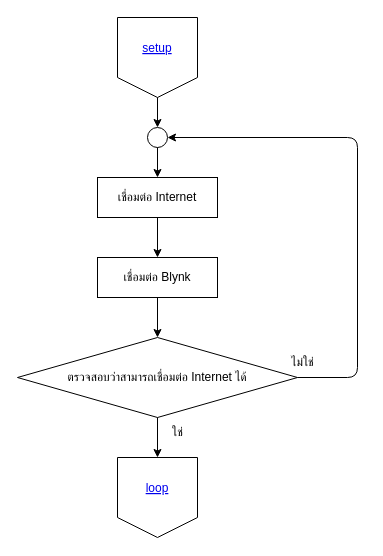
The draw.io diagram page "setup" (2 of 6) of flowcharts/hardware.drawio in thestampr/pHConditioner, before the edit. Source tidied: cells renumbered, new cells numbered last; positions are measured from the earlier drawing's top-left corner, leaving out a move shared by most shapes. Both pictures are drawn from the tidied source at 100%, with x=0, y=0 at pixel (-213, 17).
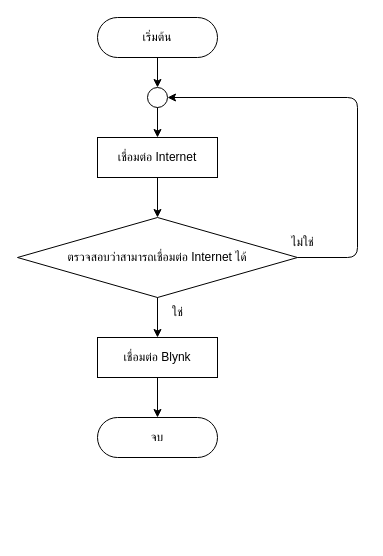
The same page after the edit.

Diff of the diagram source:
```diff
@@
     <mxCell id="2" style="edgeStyle=none;html=1;strokeColor=#000000;fontColor=#000000;" parent="1" edge="1" target="25">
       <mxGeometry relative="1" as="geometry">
-        <mxPoint x="370" y="80" as="sourcePoint" />
+        <mxPoint x="370" y="40" as="sourcePoint" />
       </mxGeometry>
     </mxCell>
@@
-    <mxCell id="19" style="edgeStyle=none;html=1;strokeColor=#000000;fontColor=#000000;" parent="1" edge="1" source="20" target="27">
-      <mxGeometry relative="1" as="geometry" />
-    </mxCell>
+    <mxCell id="44" style="edgeStyle=none;html=1;strokeColor=#000000;" parent="1" edge="1" source="20" target="23">
+      <mxGeometry relative="1" as="geometry" />
+    </mxCell>
     <mxCell id="20" value="เชื่อมต่อ Internet" style="whiteSpace=wrap;html=1;strokeColor=#000000;fontColor=#000000;fillColor=none;" parent="1" vertex="1">
-      <mxGeometry x="310" y="160" width="120" height="40" as="geometry" />
+      <mxGeometry x="310" y="120" width="120" height="40" as="geometry" />
     </mxCell>
     <mxCell id="21" style="edgeStyle=none;html=1;strokeColor=#000000;fontColor=#000000;entryX=1;entryY=0.5;entryDx=0;entryDy=0;" parent="1" edge="1" source="23" target="25">
       <mxGeometry relative="1" as="geometry">
         <Array as="points">
-          <mxPoint x="570" y="360" />
-          <mxPoint x="570" y="120" />
+          <mxPoint x="570" y="240" />
+          <mxPoint x="570" y="80" />
         </Array>
       </mxGeometry>
     </mxCell>
-    <mxCell id="22" style="edgeStyle=none;html=1;strokeColor=#000000;fontColor=#000000;" parent="1" edge="1" source="23">
-      <mxGeometry relative="1" as="geometry">
-        <mxPoint x="370" y="440" as="targetPoint" />
-      </mxGeometry>
-    </mxCell>
+    <mxCell id="45" style="edgeStyle=none;html=1;strokeColor=#000000;" parent="1" edge="1" source="23" target="27">
+      <mxGeometry relative="1" as="geometry" />
+    </mxCell>
     <mxCell id="23" value="&lt;font color=&quot;#000000&quot;&gt;ตรวจสอบว่าสามารถเชื่อมต่อ Internet ได้&lt;/font&gt;" style="rhombus;whiteSpace=wrap;html=1;labelBackgroundColor=none;strokeColor=#000000;fillColor=none;" parent="1" vertex="1">
-      <mxGeometry x="230" y="320" width="280" height="80" as="geometry" />
+      <mxGeometry x="230" y="200" width="280" height="80" as="geometry" />
     </mxCell>
@@
     <mxCell id="25" style="ellipse;whiteSpace=wrap;html=1;labelBackgroundColor=none;strokeColor=#000000;fontColor=#000000;fillColor=none;" parent="1" vertex="1">
-      <mxGeometry x="360" y="110" width="20" height="20" as="geometry" />
+      <mxGeometry x="360" y="70" width="20" height="20" as="geometry" />
     </mxCell>
-    <mxCell id="26" style="edgeStyle=none;html=1;strokeColor=#000000;fontColor=#000000;" parent="1" edge="1" source="27" target="23">
-      <mxGeometry relative="1" as="geometry" />
-    </mxCell>
+    <mxCell id="46" style="edgeStyle=none;html=1;strokeColor=#000000;" parent="1" edge="1" source="27">
+      <mxGeometry relative="1" as="geometry">
+        <mxPoint x="370" y="400" as="targetPoint" />
+      </mxGeometry>
+    </mxCell>
     <mxCell id="27" value="เชื่อมต่อ Blynk" style="whiteSpace=wrap;html=1;strokeColor=#000000;fontColor=#000000;fillColor=none;" parent="1" vertex="1">
-      <mxGeometry x="310" y="240" width="120" height="40" as="geometry" />
+      <mxGeometry x="310" y="320" width="120" height="40" as="geometry" />
     </mxCell>
     <mxCell id="28" value="ไม่ใช่" style="text;html=1;align=center;verticalAlign=middle;strokeColor=none;fillColor=none;fontColor=#000000;" parent="1" vertex="1">
-      <mxGeometry x="490" y="330" width="50" height="30" as="geometry" />
+      <mxGeometry x="490" y="210" width="50" height="30" as="geometry" />
     </mxCell>
     <mxCell id="29" value="ใช่" style="text;html=1;align=center;verticalAlign=middle;strokeColor=none;fillColor=none;fontColor=#000000;" parent="1" vertex="1">
-      <mxGeometry x="370" y="400" width="40" height="30" as="geometry" />
+      <mxGeometry x="370" y="280" width="40" height="30" as="geometry" />
     </mxCell>
-    <mxCell id="30" style="group;" parent="1" vertex="1">
-      <mxGeometry x="330" y="440" width="80" height="80" as="geometry" />
-    </mxCell>
-    <mxCell id="31" style="edgeStyle=none;orthogonalLoop=1;jettySize=auto;html=1;strokeColor=#000000;fontColor=#000000;endArrow=none;endFill=0;" parent="30" edge="1">
-      <mxGeometry relative="1" as="geometry">
-        <mxPoint as="sourcePoint" />
-        <mxPoint x="80" as="targetPoint" />
-      </mxGeometry>
-    </mxCell>
-    <mxCell id="32" style="edgeStyle=none;orthogonalLoop=1;jettySize=auto;html=1;strokeColor=#000000;fontColor=#000000;endArrow=none;endFill=0;" parent="30" edge="1">
-      <mxGeometry relative="1" as="geometry">
-        <mxPoint x="80" as="sourcePoint" />
-        <mxPoint x="80" y="60" as="targetPoint" />
-      </mxGeometry>
-    </mxCell>
-    <mxCell id="33" style="edgeStyle=none;orthogonalLoop=1;jettySize=auto;html=1;strokeColor=#000000;fontColor=#000000;endArrow=none;endFill=0;" parent="30" edge="1">
-      <mxGeometry relative="1" as="geometry">
-        <mxPoint as="sourcePoint" />
-        <mxPoint y="60" as="targetPoint" />
-      </mxGeometry>
-    </mxCell>
-    <mxCell id="34" style="edgeStyle=none;orthogonalLoop=1;jettySize=auto;html=1;strokeColor=#000000;fontColor=#000000;endArrow=none;endFill=0;" parent="30" edge="1">
-      <mxGeometry relative="1" as="geometry">
-        <mxPoint y="60" as="sourcePoint" />
-        <mxPoint x="40" y="80" as="targetPoint" />
-      </mxGeometry>
-    </mxCell>
-    <mxCell id="35" style="edgeStyle=none;orthogonalLoop=1;jettySize=auto;html=1;strokeColor=#000000;fontColor=#000000;endArrow=none;endFill=0;" parent="30" edge="1">
-      <mxGeometry relative="1" as="geometry">
-        <mxPoint x="80" y="60" as="sourcePoint" />
-        <mxPoint x="40" y="80" as="targetPoint" />
-      </mxGeometry>
-    </mxCell>
-    <mxCell id="36" value="loop" style="fontColor=#0000EE;fontStyle=4;rounded=1;overflow=hidden;spacing=10;labelBackgroundColor=none;comic=0;strokeColor=none;fillColor=none;" parent="30" vertex="1">
-      <mxGeometry x="5" y="10" width="70" height="40" as="geometry" />
-    </mxCell>
-    <mxCell id="37" style="group;rounded=0;labelBackgroundColor=none;comic=0;strokeColor=none;fontColor=#000000;fillColor=none;" parent="1" vertex="1">
-      <mxGeometry x="330" width="80" height="80" as="geometry" />
-    </mxCell>
-    <mxCell id="38" style="edgeStyle=none;orthogonalLoop=1;jettySize=auto;html=1;strokeColor=#000000;fontColor=#000000;endArrow=none;endFill=0;" parent="37" edge="1">
-      <mxGeometry relative="1" as="geometry">
-        <mxPoint as="sourcePoint" />
-        <mxPoint x="80" as="targetPoint" />
-      </mxGeometry>
-    </mxCell>
-    <mxCell id="39" style="edgeStyle=none;orthogonalLoop=1;jettySize=auto;html=1;strokeColor=#000000;fontColor=#000000;endArrow=none;endFill=0;" parent="37" edge="1">
-      <mxGeometry relative="1" as="geometry">
-        <mxPoint x="80" as="sourcePoint" />
-        <mxPoint x="80" y="60" as="targetPoint" />
-      </mxGeometry>
-    </mxCell>
-    <mxCell id="40" style="edgeStyle=none;orthogonalLoop=1;jettySize=auto;html=1;strokeColor=#000000;fontColor=#000000;endArrow=none;endFill=0;" parent="37" edge="1">
-      <mxGeometry relative="1" as="geometry">
-        <mxPoint as="sourcePoint" />
-        <mxPoint y="60" as="targetPoint" />
-      </mxGeometry>
-    </mxCell>
-    <mxCell id="41" style="edgeStyle=none;orthogonalLoop=1;jettySize=auto;html=1;strokeColor=#000000;fontColor=#000000;endArrow=none;endFill=0;" parent="37" edge="1">
-      <mxGeometry relative="1" as="geometry">
-        <mxPoint y="60" as="sourcePoint" />
-        <mxPoint x="40" y="80" as="targetPoint" />
-      </mxGeometry>
-    </mxCell>
-    <mxCell id="42" style="edgeStyle=none;orthogonalLoop=1;jettySize=auto;html=1;strokeColor=#000000;fontColor=#000000;endArrow=none;endFill=0;" parent="37" edge="1">
-      <mxGeometry relative="1" as="geometry">
-        <mxPoint x="80" y="60" as="sourcePoint" />
-        <mxPoint x="40" y="80" as="targetPoint" />
-      </mxGeometry>
-    </mxCell>
-    <mxCell id="43" value="setup" style="fontColor=#0000EE;fontStyle=4;rounded=1;overflow=hidden;spacing=10;labelBackgroundColor=none;comic=0;strokeColor=none;fillColor=none;" parent="37" vertex="1">
-      <mxGeometry x="5" y="10" width="70" height="40" as="geometry" />
-    </mxCell>
+    <mxCell id="47" value="จบ" style="rounded=1;whiteSpace=wrap;html=1;fontSize=12;glass=0;strokeWidth=1;shadow=0;arcSize=50;fillColor=none;strokeColor=#000000;fontColor=#000000;" parent="1" vertex="1">
+      <mxGeometry x="310" y="400" width="120" height="40" as="geometry" />
+    </mxCell>
+    <mxCell id="48" value="เริ่มต้น" style="rounded=1;whiteSpace=wrap;html=1;fontSize=12;glass=0;strokeWidth=1;shadow=0;arcSize=50;fillColor=none;strokeColor=#000000;fontColor=#000000;" parent="1" vertex="1">
+      <mxGeometry x="310" width="120" height="40" as="geometry" />
+    </mxCell>
```
